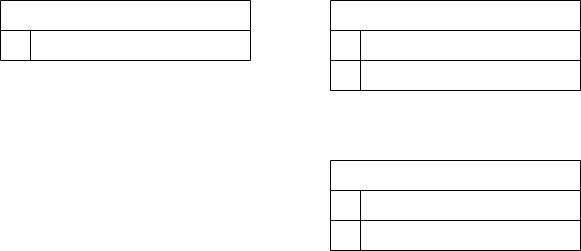
This is database.drawio.png from MountZ1/PR_PenjualanHandPhone_ArdiSaputraTIP-21.2, a draw.io export, as it was before one commit. Source tidied: cells renumbered, new cells last; positions are measured from the earlier drawing's top-left corner, leaving out a move shared by most shapes. Source of this version:
```xml
<mxGraphModel>
  <root>
    <mxCell id="0" />
    <mxCell id="1" parent="0" />
    <mxCell id="2" style="shape=table;startSize=30;rowLines=0;align=center;" parent="1" vertex="1">
      <mxGeometry x="330" width="250" height="90" as="geometry" />
    </mxCell>
    <mxCell id="3" style="shape=partialRectangle;fillColor=none;top=0;left=0;right=0;bottom=1;" parent="2" vertex="1">
      <mxGeometry y="30" width="250" height="30" as="geometry" />
    </mxCell>
    <mxCell id="4" style="shape=partialRectangle;overflow=hidden;fillColor=none;top=0;left=0;bottom=0;right=0;fontStyle=1;" parent="3" vertex="1">
      <mxGeometry width="30" height="30" as="geometry" />
    </mxCell>
    <mxCell id="5" style="shape=partialRectangle;overflow=hidden;fillColor=none;top=0;left=0;bottom=0;right=0;align=left;spacingLeft=6;fontStyle=5;" parent="3" vertex="1">
      <mxGeometry x="30" width="220" height="30" as="geometry" />
    </mxCell>
    <mxCell id="6" style="shape=partialRectangle;fillColor=none;top=0;left=0;right=0;bottom=0;" parent="2" vertex="1">
      <mxGeometry y="60" width="250" height="30" as="geometry" />
    </mxCell>
    <mxCell id="7" style="shape=partialRectangle;overflow=hidden;fillColor=none;top=0;left=0;bottom=0;right=0;" parent="6" vertex="1">
      <mxGeometry width="30" height="30" as="geometry" />
    </mxCell>
    <mxCell id="8" style="shape=partialRectangle;overflow=hidden;fillColor=none;top=0;left=0;bottom=0;right=0;align=left;spacingLeft=6;" parent="6" vertex="1">
      <mxGeometry x="30" width="220" height="30" as="geometry" />
    </mxCell>
    <mxCell id="9" style="shape=table;startSize=30;rowLines=0;fontStyle=1;align=center;" parent="1" vertex="1">
      <mxGeometry x="330" y="160" width="250" height="90" as="geometry" />
    </mxCell>
    <mxCell id="10" style="shape=partialRectangle;fillColor=none;top=0;left=0;right=0;bottom=1;" parent="9" vertex="1">
      <mxGeometry y="30" width="250" height="30" as="geometry" />
    </mxCell>
    <mxCell id="11" style="shape=partialRectangle;overflow=hidden;fillColor=none;top=0;left=0;bottom=0;right=0;fontStyle=1;" parent="10" vertex="1">
      <mxGeometry width="30" height="30" as="geometry" />
    </mxCell>
    <mxCell id="12" style="shape=partialRectangle;overflow=hidden;fillColor=none;top=0;left=0;bottom=0;right=0;align=left;spacingLeft=6;fontStyle=5;" parent="10" vertex="1">
      <mxGeometry x="30" width="220" height="30" as="geometry" />
    </mxCell>
    <mxCell id="13" style="shape=partialRectangle;fillColor=none;top=0;left=0;right=0;bottom=0;" parent="9" vertex="1">
      <mxGeometry y="60" width="250" height="30" as="geometry" />
    </mxCell>
    <mxCell id="14" style="shape=partialRectangle;overflow=hidden;fillColor=none;top=0;left=0;bottom=0;right=0;" parent="13" vertex="1">
      <mxGeometry width="30" height="30" as="geometry" />
    </mxCell>
    <mxCell id="15" style="shape=partialRectangle;overflow=hidden;fillColor=none;top=0;left=0;bottom=0;right=0;align=left;spacingLeft=6;" parent="13" vertex="1">
      <mxGeometry x="30" width="220" height="30" as="geometry" />
    </mxCell>
    <mxCell id="16" style="shape=table;startSize=30;rowLines=0;fontStyle=1;align=center;" parent="1" vertex="1">
      <mxGeometry width="250" height="60" as="geometry" />
    </mxCell>
    <mxCell id="17" style="shape=partialRectangle;fillColor=none;top=0;left=0;right=0;bottom=0;" parent="16" vertex="1">
      <mxGeometry y="30" width="250" height="30" as="geometry" />
    </mxCell>
    <mxCell id="18" style="shape=partialRectangle;overflow=hidden;fillColor=none;top=0;left=0;bottom=0;right=0;" parent="17" vertex="1">
      <mxGeometry width="30" height="30" as="geometry" />
    </mxCell>
    <mxCell id="19" style="shape=partialRectangle;overflow=hidden;fillColor=none;top=0;left=0;bottom=0;right=0;align=left;spacingLeft=6;" parent="17" vertex="1">
      <mxGeometry x="30" width="220" height="30" as="geometry" />
    </mxCell>
  </root>
</mxGraphModel>
```
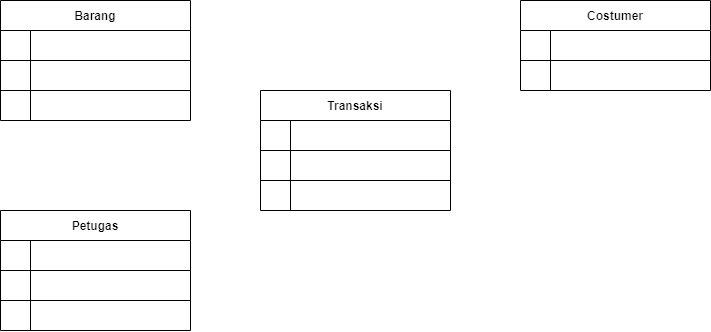
Later version of the same file.

What changed in the source:
```diff
@@ -2,59 +2,116 @@
   <root>
     <mxCell id="0" />
     <mxCell id="1" parent="0" />
-    <mxCell id="2" style="shape=table;startSize=30;rowLines=0;align=center;" parent="1" vertex="1">
-      <mxGeometry x="330" width="250" height="90" as="geometry" />
+    <mxCell id="2" value="Petugas" style="shape=table;startSize=30;rowLines=0;align=center;fontStyle=1;" parent="1" vertex="1">
+      <mxGeometry x="-70" y="140" width="190" height="120" as="geometry" />
     </mxCell>
+    <mxCell id="20" style="shape=partialRectangle;fillColor=none;top=0;left=0;right=0;bottom=1;" parent="2" vertex="1">
+      <mxGeometry y="30" width="190" height="30" as="geometry" />
+    </mxCell>
+    <mxCell id="21" style="shape=partialRectangle;overflow=hidden;fillColor=none;top=0;left=0;bottom=0;right=0;fontStyle=1;" parent="20" vertex="1">
+      <mxGeometry width="30" height="30" as="geometry" />
+    </mxCell>
+    <mxCell id="22" style="shape=partialRectangle;overflow=hidden;fillColor=none;top=0;left=0;bottom=0;right=0;align=left;spacingLeft=6;fontStyle=5;" parent="20" vertex="1">
+      <mxGeometry x="30" width="160" height="30" as="geometry" />
+    </mxCell>
     <mxCell id="3" style="shape=partialRectangle;fillColor=none;top=0;left=0;right=0;bottom=1;" parent="2" vertex="1">
-      <mxGeometry y="30" width="250" height="30" as="geometry" />
+      <mxGeometry y="60" width="190" height="30" as="geometry" />
     </mxCell>
     <mxCell id="4" style="shape=partialRectangle;overflow=hidden;fillColor=none;top=0;left=0;bottom=0;right=0;fontStyle=1;" parent="3" vertex="1">
       <mxGeometry width="30" height="30" as="geometry" />
     </mxCell>
     <mxCell id="5" style="shape=partialRectangle;overflow=hidden;fillColor=none;top=0;left=0;bottom=0;right=0;align=left;spacingLeft=6;fontStyle=5;" parent="3" vertex="1">
-      <mxGeometry x="30" width="220" height="30" as="geometry" />
+      <mxGeometry x="30" width="160" height="30" as="geometry" />
     </mxCell>
     <mxCell id="6" style="shape=partialRectangle;fillColor=none;top=0;left=0;right=0;bottom=0;" parent="2" vertex="1">
-      <mxGeometry y="60" width="250" height="30" as="geometry" />
+      <mxGeometry y="90" width="190" height="30" as="geometry" />
     </mxCell>
     <mxCell id="7" style="shape=partialRectangle;overflow=hidden;fillColor=none;top=0;left=0;bottom=0;right=0;" parent="6" vertex="1">
       <mxGeometry width="30" height="30" as="geometry" />
     </mxCell>
     <mxCell id="8" style="shape=partialRectangle;overflow=hidden;fillColor=none;top=0;left=0;bottom=0;right=0;align=left;spacingLeft=6;" parent="6" vertex="1">
-      <mxGeometry x="30" width="220" height="30" as="geometry" />
+      <mxGeometry x="30" width="160" height="30" as="geometry" />
     </mxCell>
-    <mxCell id="9" style="shape=table;startSize=30;rowLines=0;fontStyle=1;align=center;" parent="1" vertex="1">
-      <mxGeometry x="330" y="160" width="250" height="90" as="geometry" />
+    <mxCell id="9" value="Costumer" style="shape=table;startSize=30;rowLines=0;fontStyle=1;align=center;" parent="1" vertex="1">
+      <mxGeometry x="450" y="-70" width="190" height="90" as="geometry" />
     </mxCell>
     <mxCell id="10" style="shape=partialRectangle;fillColor=none;top=0;left=0;right=0;bottom=1;" parent="9" vertex="1">
-      <mxGeometry y="30" width="250" height="30" as="geometry" />
+      <mxGeometry y="30" width="190" height="30" as="geometry" />
     </mxCell>
     <mxCell id="11" style="shape=partialRectangle;overflow=hidden;fillColor=none;top=0;left=0;bottom=0;right=0;fontStyle=1;" parent="10" vertex="1">
       <mxGeometry width="30" height="30" as="geometry" />
     </mxCell>
     <mxCell id="12" style="shape=partialRectangle;overflow=hidden;fillColor=none;top=0;left=0;bottom=0;right=0;align=left;spacingLeft=6;fontStyle=5;" parent="10" vertex="1">
-      <mxGeometry x="30" width="220" height="30" as="geometry" />
+      <mxGeometry x="30" width="160" height="30" as="geometry" />
     </mxCell>
     <mxCell id="13" style="shape=partialRectangle;fillColor=none;top=0;left=0;right=0;bottom=0;" parent="9" vertex="1">
-      <mxGeometry y="60" width="250" height="30" as="geometry" />
+      <mxGeometry y="60" width="190" height="30" as="geometry" />
     </mxCell>
     <mxCell id="14" style="shape=partialRectangle;overflow=hidden;fillColor=none;top=0;left=0;bottom=0;right=0;" parent="13" vertex="1">
       <mxGeometry width="30" height="30" as="geometry" />
     </mxCell>
     <mxCell id="15" style="shape=partialRectangle;overflow=hidden;fillColor=none;top=0;left=0;bottom=0;right=0;align=left;spacingLeft=6;" parent="13" vertex="1">
-      <mxGeometry x="30" width="220" height="30" as="geometry" />
+      <mxGeometry x="30" width="160" height="30" as="geometry" />
     </mxCell>
-    <mxCell id="16" style="shape=table;startSize=30;rowLines=0;fontStyle=1;align=center;" parent="1" vertex="1">
-      <mxGeometry width="250" height="60" as="geometry" />
+    <mxCell id="16" value="Barang" style="shape=table;startSize=30;rowLines=1;fontStyle=1;align=center;" parent="1" vertex="1">
+      <mxGeometry x="-70" y="-70" width="190" height="120" as="geometry" />
     </mxCell>
+    <mxCell id="23" style="shape=partialRectangle;fillColor=none;top=1;left=1;right=1;bottom=1;" parent="16" vertex="1">
+      <mxGeometry y="30" width="190" height="30" as="geometry" />
+    </mxCell>
+    <mxCell id="24" style="shape=partialRectangle;overflow=hidden;fillColor=none;top=0;left=0;bottom=0;right=0;" parent="23" vertex="1">
+      <mxGeometry width="30" height="30" as="geometry" />
+    </mxCell>
+    <mxCell id="25" style="shape=partialRectangle;overflow=hidden;fillColor=none;top=0;left=0;bottom=0;right=0;align=left;spacingLeft=6;" parent="23" vertex="1">
+      <mxGeometry x="30" width="160" height="30" as="geometry" />
+    </mxCell>
+    <mxCell id="26" style="shape=partialRectangle;fillColor=none;top=1;left=1;right=1;bottom=1;" parent="16" vertex="1">
+      <mxGeometry y="60" width="190" height="30" as="geometry" />
+    </mxCell>
+    <mxCell id="27" style="shape=partialRectangle;overflow=hidden;fillColor=none;top=0;left=0;bottom=0;right=0;" parent="26" vertex="1">
+      <mxGeometry width="30" height="30" as="geometry" />
+    </mxCell>
+    <mxCell id="28" style="shape=partialRectangle;overflow=hidden;fillColor=none;top=0;left=0;bottom=0;right=0;align=left;spacingLeft=6;" parent="26" vertex="1">
+      <mxGeometry x="30" width="160" height="30" as="geometry" />
+    </mxCell>
     <mxCell id="17" style="shape=partialRectangle;fillColor=none;top=0;left=0;right=0;bottom=0;" parent="16" vertex="1">
-      <mxGeometry y="30" width="250" height="30" as="geometry" />
+      <mxGeometry y="90" width="190" height="30" as="geometry" />
     </mxCell>
     <mxCell id="18" style="shape=partialRectangle;overflow=hidden;fillColor=none;top=0;left=0;bottom=0;right=0;" parent="17" vertex="1">
       <mxGeometry width="30" height="30" as="geometry" />
     </mxCell>
     <mxCell id="19" style="shape=partialRectangle;overflow=hidden;fillColor=none;top=0;left=0;bottom=0;right=0;align=left;spacingLeft=6;" parent="17" vertex="1">
-      <mxGeometry x="30" width="220" height="30" as="geometry" />
+      <mxGeometry x="30" width="160" height="30" as="geometry" />
     </mxCell>
+    <mxCell id="29" value="Transaksi" style="shape=table;startSize=30;rowLines=0;fontStyle=1;align=center;" parent="1" vertex="1">
+      <mxGeometry x="190" y="20" width="190" height="120" as="geometry" />
+    </mxCell>
+    <mxCell id="30" style="shape=partialRectangle;fillColor=none;top=0;left=0;right=0;bottom=1;" parent="29" vertex="1">
+      <mxGeometry y="30" width="190" height="30" as="geometry" />
+    </mxCell>
+    <mxCell id="31" style="shape=partialRectangle;overflow=hidden;fillColor=none;top=0;left=0;bottom=0;right=0;fontStyle=1;" parent="30" vertex="1">
+      <mxGeometry width="30" height="30" as="geometry" />
+    </mxCell>
+    <mxCell id="32" style="shape=partialRectangle;overflow=hidden;fillColor=none;top=0;left=0;bottom=0;right=0;align=left;spacingLeft=6;fontStyle=5;" parent="30" vertex="1">
+      <mxGeometry x="30" width="160" height="30" as="geometry" />
+    </mxCell>
+    <mxCell id="33" style="shape=partialRectangle;fillColor=none;top=0;left=0;right=0;bottom=1;" parent="29" vertex="1">
+      <mxGeometry y="60" width="190" height="30" as="geometry" />
+    </mxCell>
+    <mxCell id="34" style="shape=partialRectangle;overflow=hidden;fillColor=none;top=0;left=0;bottom=0;right=0;fontStyle=1;" parent="33" vertex="1">
+      <mxGeometry width="30" height="30" as="geometry" />
+    </mxCell>
+    <mxCell id="35" style="shape=partialRectangle;overflow=hidden;fillColor=none;top=0;left=0;bottom=0;right=0;align=left;spacingLeft=6;fontStyle=5;" parent="33" vertex="1">
+      <mxGeometry x="30" width="160" height="30" as="geometry" />
+    </mxCell>
+    <mxCell id="36" style="shape=partialRectangle;fillColor=none;top=0;left=0;right=0;bottom=0;" parent="29" vertex="1">
+      <mxGeometry y="90" width="190" height="30" as="geometry" />
+    </mxCell>
+    <mxCell id="37" style="shape=partialRectangle;overflow=hidden;fillColor=none;top=0;left=0;bottom=0;right=0;" parent="36" vertex="1">
+      <mxGeometry width="30" height="30" as="geometry" />
+    </mxCell>
+    <mxCell id="38" style="shape=partialRectangle;overflow=hidden;fillColor=none;top=0;left=0;bottom=0;right=0;align=left;spacingLeft=6;" parent="36" vertex="1">
+      <mxGeometry x="30" width="160" height="30" as="geometry" />
+    </mxCell>
   </root>
 </mxGraphModel>
```
